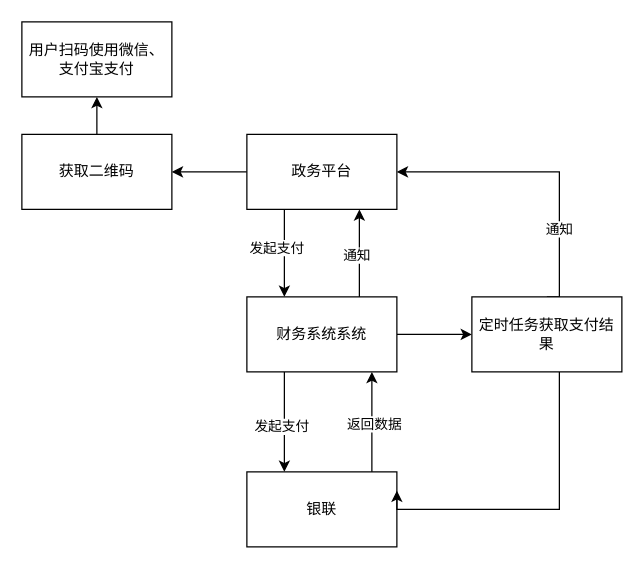
zhangfengman/autoJs keeps this draw.io diagram as 支付.drawio. Above is the earlier version. Source tidied: cells renumbered, new cells numbered last; positions are measured from the earlier drawing's top-left corner, leaving out a move shared by most shapes. Both pictures are drawn from the tidied source at 125%, with x=0, y=0 at pixel (21, 21).
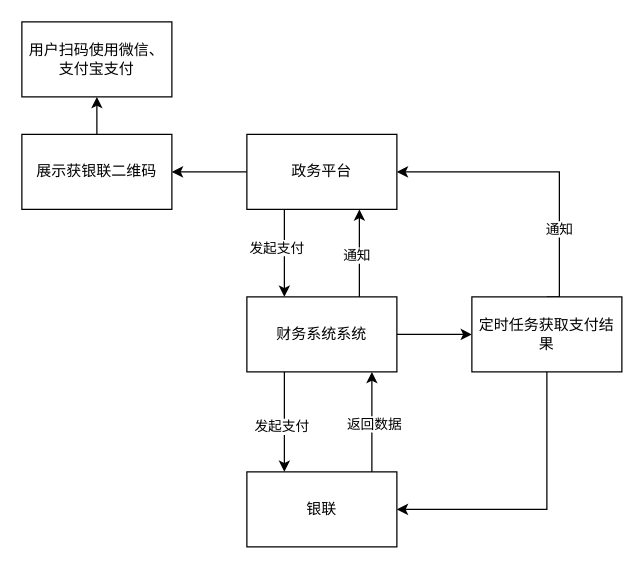
The same diagram, later.

The change refers to these unchanged cells:
```xml
<mxCell id="14" value="银联" style="rounded=0;whiteSpace=wrap;html=1;" parent="1" vertex="1">
  <mxGeometry x="180" y="360" width="120" height="60" as="geometry" />
</mxCell>
<mxCell id="21" value="定时任务获取支付结果" style="rounded=0;whiteSpace=wrap;html=1;" parent="1" vertex="1">
  <mxGeometry x="360" y="220" width="120" height="60" as="geometry" />
</mxCell>
```

Diff of the diagram source:
```diff
@@
-    <mxCell id="16" value="获取二维码" style="rounded=0;whiteSpace=wrap;html=1;" parent="1" vertex="1">
+    <mxCell id="16" value="展示获银联二维码" style="rounded=0;whiteSpace=wrap;html=1;" parent="1" vertex="1">
       <mxGeometry y="90" width="120" height="60" as="geometry" />
     </mxCell>
@@
-    <mxCell id="18" style="edgeStyle=orthogonalEdgeStyle;rounded=0;jettySize=auto;html=1;entryX=1;entryY=0.25;entryDx=0;entryDy=0;" parent="1" edge="1" source="21" target="14">
+    <mxCell id="18" style="edgeStyle=orthogonalEdgeStyle;rounded=0;jettySize=auto;html=1;" parent="1" edge="1" source="21" target="14">
       <mxGeometry relative="1" as="geometry">
         <Array as="points">
-          <mxPoint x="430" y="390" />
-          <mxPoint x="300" y="390" />
+          <mxPoint x="420" y="390" />
         </Array>
       </mxGeometry>
     </mxCell>
```
